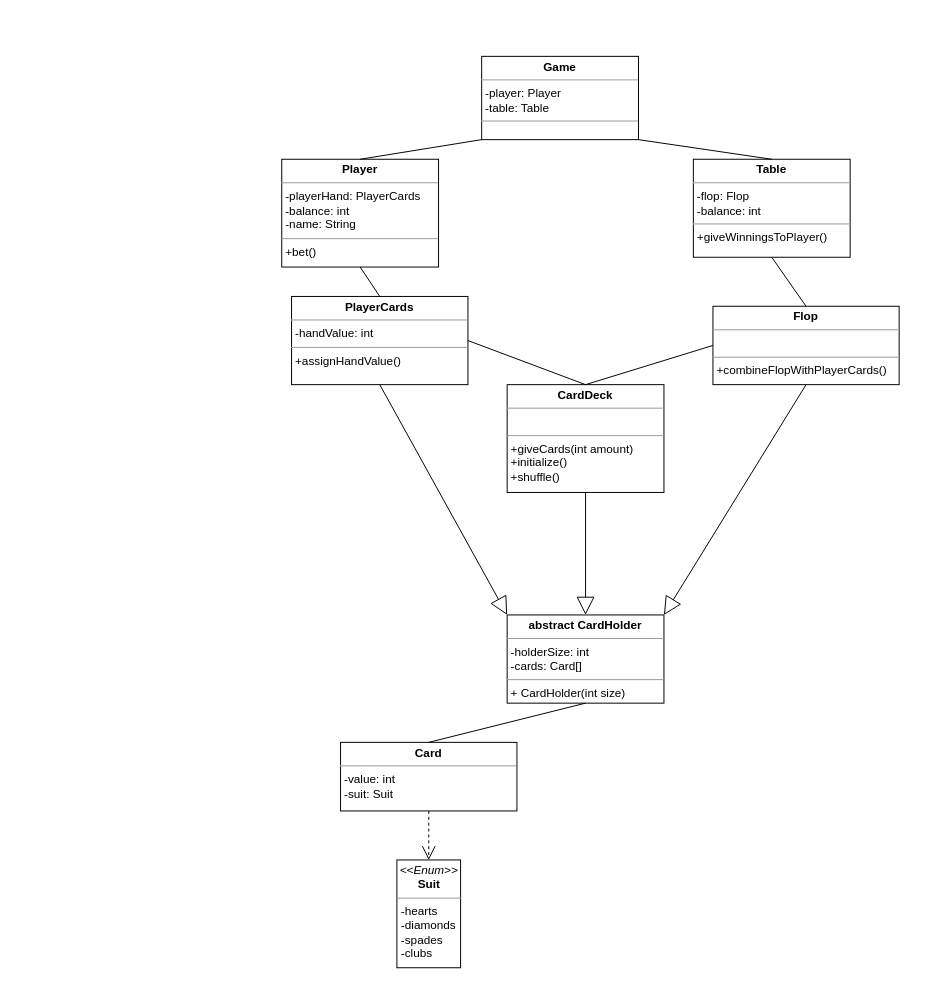
Before: Untitled Diagram.drawio in Lamborjimmy/Diagrams-from-draw.io, a draw.io diagram. Source tidied: cells renumbered, new cells numbered last; positions are measured from the earlier drawing's top-left corner, leaving out a move shared by most shapes. Both pictures are drawn from the tidied source at 98%, with x=0, y=0 at pixel (281, 56).
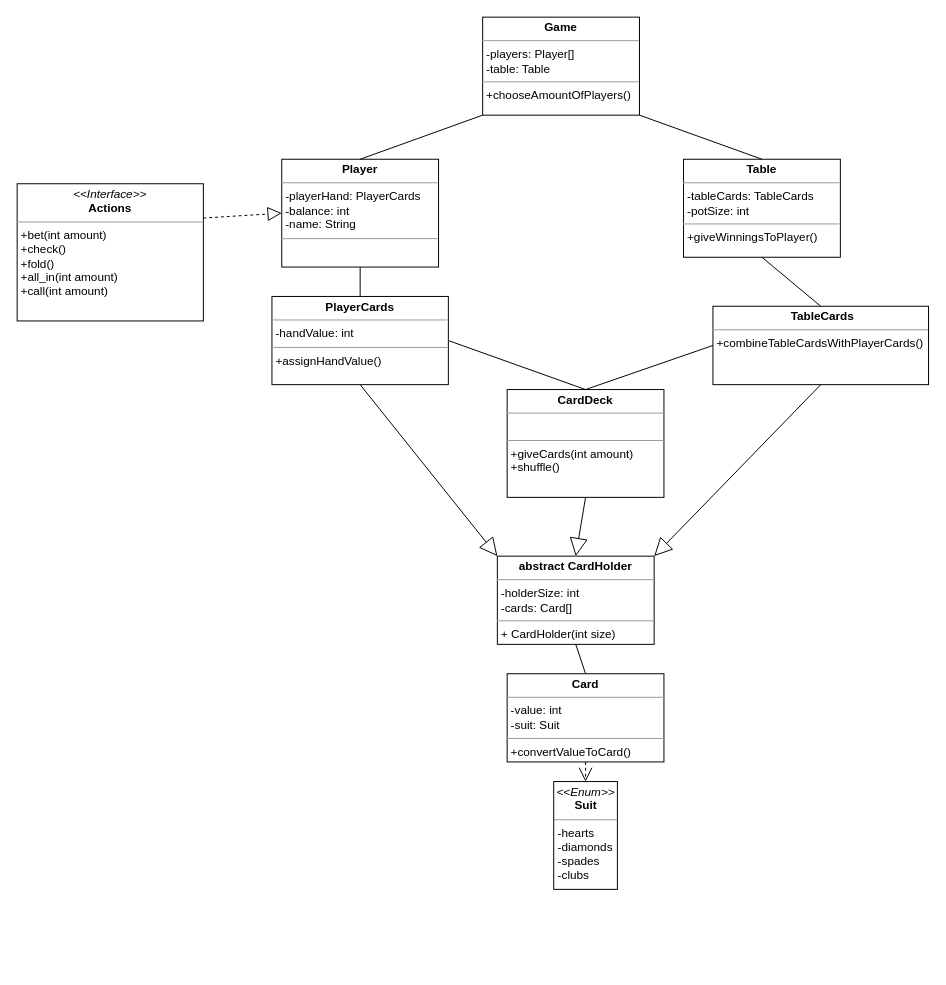
The same diagram, later.

Diff of the diagram source:
```diff
@@
-    <mxCell id="2" value="&lt;p style=&quot;margin:0px;margin-top:4px;text-align:center;&quot;&gt;&lt;b&gt;CardDeck&lt;/b&gt;&lt;/p&gt;&lt;hr size=&quot;1&quot;&gt;&lt;p style=&quot;margin:0px;margin-left:4px;&quot;&gt;&lt;br&gt;&lt;/p&gt;&lt;hr size=&quot;1&quot;&gt;&lt;p style=&quot;margin:0px;margin-left:4px;&quot;&gt;+giveCards(int amount)&lt;/p&gt;&lt;p style=&quot;margin:0px;margin-left:4px;&quot;&gt;+initialize()&lt;/p&gt;&lt;p style=&quot;margin:0px;margin-left:4px;&quot;&gt;+shuffle()&lt;/p&gt;" style="verticalAlign=top;align=left;overflow=fill;fontSize=12;fontFamily=Helvetica;html=1;whiteSpace=wrap;rounded=0;" parent="1" vertex="1">
-      <mxGeometry x="230" y="335" width="160" height="110" as="geometry" />
+    <mxCell id="2" value="&lt;p style=&quot;margin:0px;margin-top:4px;text-align:center;&quot;&gt;&lt;b&gt;CardDeck&lt;/b&gt;&lt;/p&gt;&lt;hr size=&quot;1&quot;&gt;&lt;p style=&quot;margin:0px;margin-left:4px;&quot;&gt;&lt;br&gt;&lt;/p&gt;&lt;hr size=&quot;1&quot;&gt;&lt;p style=&quot;margin:0px;margin-left:4px;&quot;&gt;+giveCards(int amount)&lt;/p&gt;&lt;p style=&quot;margin:0px;margin-left:4px;&quot;&gt;+shuffle()&lt;/p&gt;" style="verticalAlign=top;align=left;overflow=fill;fontSize=12;fontFamily=Helvetica;html=1;whiteSpace=wrap;rounded=0;" parent="1" vertex="1">
+      <mxGeometry x="230" y="340" width="160" height="110" as="geometry" />
     </mxCell>
-    <mxCell id="3" value="&lt;p style=&quot;margin:0px;margin-top:4px;text-align:center;&quot;&gt;&lt;b&gt;Flop&lt;/b&gt;&lt;/p&gt;&lt;hr size=&quot;1&quot;&gt;&lt;p style=&quot;margin:0px;margin-left:4px;&quot;&gt;&lt;br&gt;&lt;/p&gt;&lt;hr size=&quot;1&quot;&gt;&lt;p style=&quot;margin:0px;margin-left:4px;&quot;&gt;+combineFlopWithPlayerCards()&lt;/p&gt;" style="verticalAlign=top;align=left;overflow=fill;fontSize=12;fontFamily=Helvetica;html=1;whiteSpace=wrap;rounded=0;" parent="1" vertex="1">
-      <mxGeometry x="440" y="255" width="190" height="80" as="geometry" />
+    <mxCell id="3" value="&lt;p style=&quot;margin:0px;margin-top:4px;text-align:center;&quot;&gt;&lt;/p&gt;&lt;p style=&quot;text-align: center; margin: 0px 0px 0px 4px;&quot;&gt;&lt;b&gt;TableCards&lt;/b&gt;&lt;/p&gt;&lt;hr size=&quot;1&quot;&gt;&lt;p style=&quot;margin:0px;margin-left:4px;&quot;&gt;+combineTableCardsWithPlayerCards()&lt;/p&gt;" style="verticalAlign=top;align=left;overflow=fill;fontSize=12;fontFamily=Helvetica;html=1;whiteSpace=wrap;rounded=0;" parent="1" vertex="1">
+      <mxGeometry x="440" y="255" width="220" height="80" as="geometry" />
     </mxCell>
-    <mxCell id="4" value="&lt;p style=&quot;margin:0px;margin-top:4px;text-align:center;&quot;&gt;&lt;b&gt;Table&lt;/b&gt;&lt;/p&gt;&lt;hr size=&quot;1&quot;&gt;&lt;p style=&quot;margin:0px;margin-left:4px;&quot;&gt;-flop: Flop&lt;/p&gt;&lt;p style=&quot;margin:0px;margin-left:4px;&quot;&gt;-balance: int&lt;/p&gt;&lt;hr size=&quot;1&quot;&gt;&lt;p style=&quot;margin:0px;margin-left:4px;&quot;&gt;+giveWinningsToPlayer()&lt;/p&gt;" style="verticalAlign=top;align=left;overflow=fill;fontSize=12;fontFamily=Helvetica;html=1;whiteSpace=wrap;rounded=0;" parent="1" vertex="1">
-      <mxGeometry x="420" y="105" width="160" height="100" as="geometry" />
+    <mxCell id="4" value="&lt;p style=&quot;margin:0px;margin-top:4px;text-align:center;&quot;&gt;&lt;b&gt;Table&lt;/b&gt;&lt;/p&gt;&lt;hr size=&quot;1&quot;&gt;&lt;p style=&quot;margin:0px;margin-left:4px;&quot;&gt;-tableCards: TableCards&lt;/p&gt;&lt;p style=&quot;margin:0px;margin-left:4px;&quot;&gt;-potSize: int&lt;/p&gt;&lt;hr size=&quot;1&quot;&gt;&lt;p style=&quot;margin:0px;margin-left:4px;&quot;&gt;+giveWinningsToPlayer()&lt;/p&gt;" style="verticalAlign=top;align=left;overflow=fill;fontSize=12;fontFamily=Helvetica;html=1;whiteSpace=wrap;rounded=0;" parent="1" vertex="1">
+      <mxGeometry x="410" y="105" width="160" height="100" as="geometry" />
     </mxCell>
-    <mxCell id="5" value="&lt;p style=&quot;margin:0px;margin-top:4px;text-align:center;&quot;&gt;&lt;b&gt;Game&lt;/b&gt;&lt;/p&gt;&lt;hr size=&quot;1&quot;&gt;&lt;p style=&quot;margin:0px;margin-left:4px;&quot;&gt;-player: Player&lt;br&gt;&lt;/p&gt;&lt;p style=&quot;margin:0px;margin-left:4px;&quot;&gt;-table: Table&lt;/p&gt;&lt;hr size=&quot;1&quot;&gt;&lt;p style=&quot;margin:0px;margin-left:4px;&quot;&gt;&lt;br&gt;&lt;/p&gt;" style="verticalAlign=top;align=left;overflow=fill;fontSize=12;fontFamily=Helvetica;html=1;whiteSpace=wrap;rounded=0;" parent="1" vertex="1">
-      <mxGeometry x="204" width="160" height="85" as="geometry" />
+    <mxCell id="5" value="&lt;p style=&quot;margin:0px;margin-top:4px;text-align:center;&quot;&gt;&lt;b&gt;Game&lt;/b&gt;&lt;/p&gt;&lt;hr size=&quot;1&quot;&gt;&lt;p style=&quot;margin:0px;margin-left:4px;&quot;&gt;-players: Player[]&lt;br&gt;&lt;/p&gt;&lt;p style=&quot;margin:0px;margin-left:4px;&quot;&gt;-table: Table&lt;/p&gt;&lt;hr size=&quot;1&quot;&gt;&lt;p style=&quot;margin:0px;margin-left:4px;&quot;&gt;+chooseAmountOfPlayers()&lt;/p&gt;" style="verticalAlign=top;align=left;overflow=fill;fontSize=12;fontFamily=Helvetica;html=1;whiteSpace=wrap;rounded=0;" parent="1" vertex="1">
+      <mxGeometry x="205" y="-40" width="160" height="100" as="geometry" />
     </mxCell>
-    <mxCell id="6" value="&lt;p style=&quot;margin:0px;margin-top:4px;text-align:center;&quot;&gt;&lt;b&gt;Player&lt;/b&gt;&lt;/p&gt;&lt;hr size=&quot;1&quot;&gt;&lt;p style=&quot;margin:0px;margin-left:4px;&quot;&gt;-playerHand: PlayerCards&lt;/p&gt;&lt;p style=&quot;margin:0px;margin-left:4px;&quot;&gt;-balance: int&lt;/p&gt;&lt;p style=&quot;margin:0px;margin-left:4px;&quot;&gt;-name: String&lt;/p&gt;&lt;hr size=&quot;1&quot;&gt;&lt;p style=&quot;margin:0px;margin-left:4px;&quot;&gt;+bet()&lt;/p&gt;" style="verticalAlign=top;align=left;overflow=fill;fontSize=12;fontFamily=Helvetica;html=1;whiteSpace=wrap;rounded=0;" parent="1" vertex="1">
+    <mxCell id="6" value="&lt;p style=&quot;margin:0px;margin-top:4px;text-align:center;&quot;&gt;&lt;b&gt;Player&lt;/b&gt;&lt;/p&gt;&lt;hr size=&quot;1&quot;&gt;&lt;p style=&quot;margin:0px;margin-left:4px;&quot;&gt;-playerHand: PlayerCards&lt;/p&gt;&lt;p style=&quot;margin:0px;margin-left:4px;&quot;&gt;-balance: int&lt;/p&gt;&lt;p style=&quot;margin:0px;margin-left:4px;&quot;&gt;-name: String&lt;/p&gt;&lt;hr size=&quot;1&quot;&gt;&lt;p style=&quot;margin:0px;margin-left:4px;&quot;&gt;&lt;br&gt;&lt;/p&gt;" style="verticalAlign=top;align=left;overflow=fill;fontSize=12;fontFamily=Helvetica;html=1;whiteSpace=wrap;rounded=0;" parent="1" vertex="1">
       <mxGeometry y="105" width="160" height="110" as="geometry" />
     </mxCell>
     <mxCell id="7" value="&lt;p style=&quot;margin:0px;margin-top:4px;text-align:center;&quot;&gt;&lt;b&gt;PlayerCards&lt;/b&gt;&lt;/p&gt;&lt;hr size=&quot;1&quot;&gt;&lt;p style=&quot;margin:0px;margin-left:4px;&quot;&gt;&lt;span style=&quot;background-color: initial;&quot;&gt;-handValue: int&lt;/span&gt;&lt;br&gt;&lt;/p&gt;&lt;hr size=&quot;1&quot;&gt;&lt;p style=&quot;margin:0px;margin-left:4px;&quot;&gt;+assignHandValue()&lt;/p&gt;" style="verticalAlign=top;align=left;overflow=fill;fontSize=12;fontFamily=Helvetica;html=1;whiteSpace=wrap;rounded=0;" parent="1" vertex="1">
-      <mxGeometry x="10" y="245" width="180" height="90" as="geometry" />
+      <mxGeometry x="-10" y="245" width="180" height="90" as="geometry" />
     </mxCell>
@@
-    <mxCell id="14" value="&lt;p style=&quot;margin:0px;margin-top:4px;text-align:center;&quot;&gt;&lt;b&gt;Card&lt;/b&gt;&lt;/p&gt;&lt;hr size=&quot;1&quot;&gt;&lt;p style=&quot;margin:0px;margin-left:4px;&quot;&gt;-value: int&lt;/p&gt;&lt;p style=&quot;margin:0px;margin-left:4px;&quot;&gt;-suit: Suit&lt;/p&gt;&lt;p style=&quot;margin:0px;margin-left:4px;&quot;&gt;&lt;br&gt;&lt;/p&gt;" style="verticalAlign=top;align=left;overflow=fill;fontSize=12;fontFamily=Helvetica;html=1;whiteSpace=wrap;rounded=0;" parent="1" vertex="1">
-      <mxGeometry x="60" y="700" width="180" height="70" as="geometry" />
-    </mxCell>
     <mxCell id="15" value="&lt;p style=&quot;margin:0px;margin-top:4px;text-align:center;&quot;&gt;&lt;i&gt;&amp;lt;&amp;lt;Enum&amp;gt;&amp;gt;&lt;/i&gt;&lt;br&gt;&lt;b&gt;Suit&lt;/b&gt;&lt;/p&gt;&lt;hr size=&quot;1&quot;&gt;&lt;p style=&quot;margin:0px;margin-left:4px;&quot;&gt;-hearts&lt;/p&gt;&lt;p style=&quot;margin:0px;margin-left:4px;&quot;&gt;-diamonds&lt;/p&gt;&lt;p style=&quot;margin:0px;margin-left:4px;&quot;&gt;-spades&lt;/p&gt;&lt;p style=&quot;margin:0px;margin-left:4px;&quot;&gt;-clubs&lt;/p&gt;" style="verticalAlign=top;align=left;overflow=fill;fontSize=12;fontFamily=Helvetica;html=1;whiteSpace=wrap;rounded=0;" parent="1" vertex="1">
-      <mxGeometry x="117.5" y="820" width="65" height="110" as="geometry" />
+      <mxGeometry x="277.5" y="740" width="65" height="110" as="geometry" />
     </mxCell>
     <mxCell id="16" value="&lt;p style=&quot;margin:0px;margin-top:4px;text-align:center;&quot;&gt;&lt;b&gt;abstract CardHolder&lt;/b&gt;&lt;/p&gt;&lt;hr size=&quot;1&quot;&gt;&lt;p style=&quot;margin:0px;margin-left:4px;&quot;&gt;-holderSize: int&lt;/p&gt;&lt;p style=&quot;margin:0px;margin-left:4px;&quot;&gt;-cards: Card[]&lt;/p&gt;&lt;hr size=&quot;1&quot;&gt;&lt;p style=&quot;margin:0px;margin-left:4px;&quot;&gt;+ CardHolder(int size)&lt;/p&gt;" style="verticalAlign=top;align=left;overflow=fill;fontSize=12;fontFamily=Helvetica;html=1;whiteSpace=wrap;rounded=0;" parent="1" vertex="1">
-      <mxGeometry x="230" y="570" width="160" height="90" as="geometry" />
+      <mxGeometry x="220" y="510" width="160" height="90" as="geometry" />
     </mxCell>
-    <mxCell id="17" style="endArrow=none;html=1;entryX=0.5;entryY=1;entryDx=0;entryDy=0;exitX=0.5;exitY=0;exitDx=0;exitDy=0;rounded=0;" parent="1" edge="1" source="14" target="16">
+    <mxCell id="17" style="endArrow=none;html=1;entryX=0.5;entryY=1;entryDx=0;entryDy=0;exitX=0.5;exitY=0;exitDx=0;exitDy=0;rounded=0;" parent="1" edge="1" source="24" target="16">
       <mxGeometry relative="1" as="geometry" />
     </mxCell>
@@
-    <mxCell id="21" style="endArrow=open;endSize=12;dashed=1;html=1;entryX=0.5;entryY=0;entryDx=0;entryDy=0;exitX=0.5;exitY=1;exitDx=0;exitDy=0;rounded=0;" parent="1" edge="1" source="14" target="15">
+    <mxCell id="21" style="endArrow=open;endSize=12;dashed=1;html=1;entryX=0.5;entryY=0;entryDx=0;entryDy=0;exitX=0.5;exitY=1;exitDx=0;exitDy=0;rounded=0;" parent="1" edge="1" source="24" target="15">
       <mxGeometry relative="1" as="geometry" />
     </mxCell>
+    <mxCell id="22" value="&lt;p style=&quot;margin:0px;margin-top:4px;text-align:center;&quot;&gt;&lt;i&gt;&amp;lt;&amp;lt;Interface&amp;gt;&amp;gt;&lt;/i&gt;&lt;br&gt;&lt;b&gt;Actions&lt;/b&gt;&lt;/p&gt;&lt;hr size=&quot;1&quot;&gt;&lt;p style=&quot;margin:0px;margin-left:4px;&quot;&gt;+bet(int amount)&lt;/p&gt;&lt;p style=&quot;margin:0px;margin-left:4px;&quot;&gt;+check()&lt;/p&gt;&lt;p style=&quot;margin:0px;margin-left:4px;&quot;&gt;+fold()&lt;/p&gt;&lt;p style=&quot;margin:0px;margin-left:4px;&quot;&gt;+all_in(int amount)&lt;/p&gt;&lt;p style=&quot;margin:0px;margin-left:4px;&quot;&gt;+call(int amount)&lt;/p&gt;" style="verticalAlign=top;align=left;overflow=fill;fontSize=12;fontFamily=Helvetica;html=1;whiteSpace=wrap;" parent="1" vertex="1">
+      <mxGeometry x="-270" y="130" width="190" height="140" as="geometry" />
+    </mxCell>
+    <mxCell id="23" style="endArrow=block;dashed=1;endFill=0;endSize=12;html=1;exitX=1;exitY=0.25;exitDx=0;exitDy=0;entryX=0;entryY=0.5;entryDx=0;entryDy=0;" parent="1" edge="1" source="22" target="6">
+      <mxGeometry relative="1" as="geometry" />
+    </mxCell>
+    <mxCell id="24" value="&lt;p style=&quot;margin:0px;margin-top:4px;text-align:center;&quot;&gt;&lt;b&gt;Card&lt;/b&gt;&lt;/p&gt;&lt;hr size=&quot;1&quot;&gt;&lt;p style=&quot;margin:0px;margin-left:4px;&quot;&gt;-value: int&lt;/p&gt;&lt;p style=&quot;margin:0px;margin-left:4px;&quot;&gt;-suit: Suit&lt;/p&gt;&lt;hr size=&quot;1&quot;&gt;&lt;p style=&quot;margin:0px;margin-left:4px;&quot;&gt;+convertValueToCard()&lt;/p&gt;" style="verticalAlign=top;align=left;overflow=fill;fontSize=12;fontFamily=Helvetica;html=1;whiteSpace=wrap;" parent="1" vertex="1">
+      <mxGeometry x="230" y="630" width="160" height="90" as="geometry" />
+    </mxCell>
```
